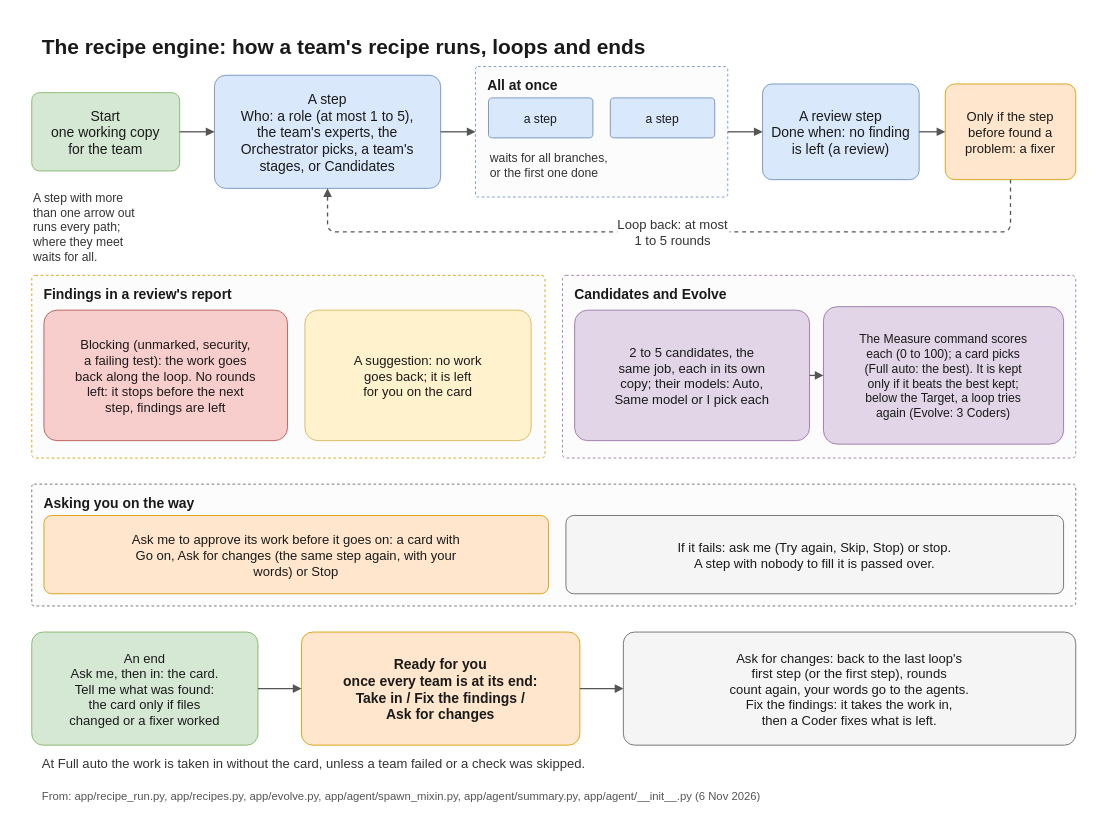
This is docs/diagrams/recipe-engine.drawio from flyingriverhorse/Koloni, a draw.io file, before an edit. Source tidied: cells renumbered, new cells numbered last; positions are measured from the earlier drawing's top-left corner, leaving out a move shared by most shapes. Both pictures are drawn from the tidied source at 87%, with x=0, y=0 at pixel (14, 14).
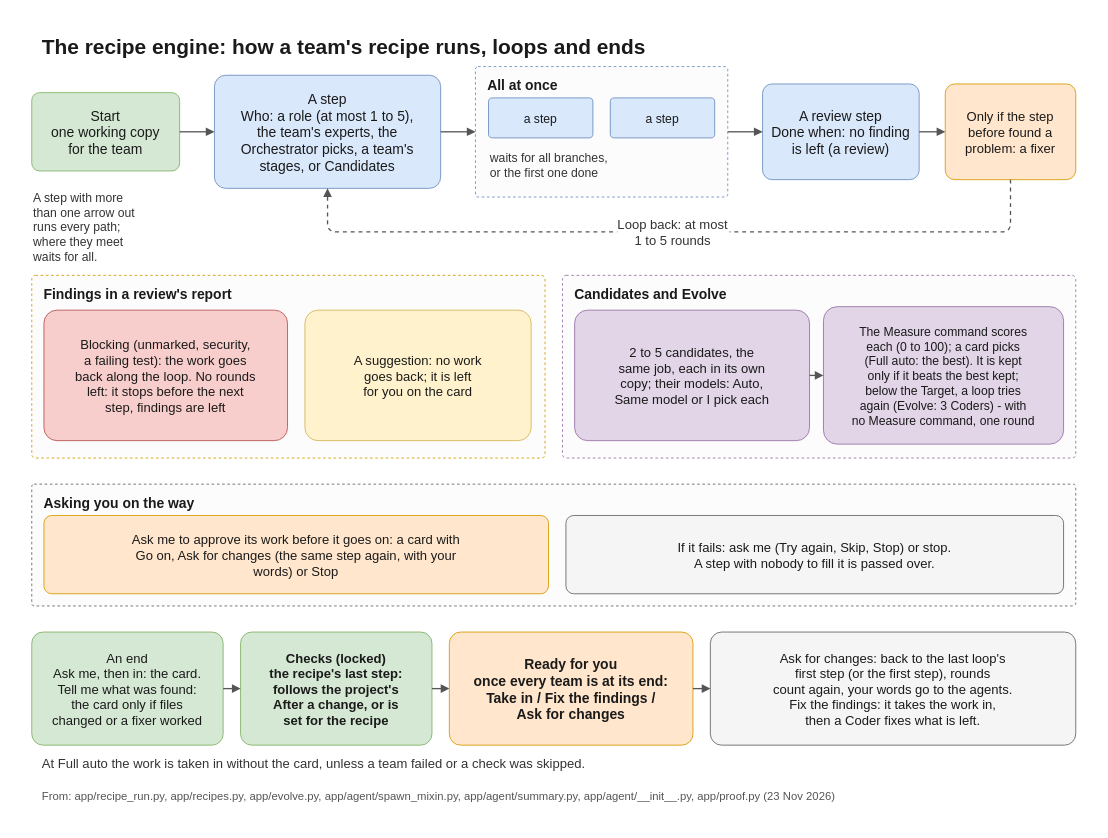
The same diagram, later.

Diff of the diagram source:
```diff
@@
-    <mxCell id="22" value="The Measure command scores&#10;each (0 to 100); a card picks&#10;(Full auto: the best). It is kept&#10;only if it beats the best kept;&#10;below the Target, a loop tries&#10;again (Evolve: 3 Coders)" style="rounded=1;arcSize=10;fillColor=#e1d5e7;strokeColor=#9673a6;fontFamily=Helvetica;fontColor=#1a1a1a;fontSize=14;spacing=6;" parent="1" vertex="1">
+    <mxCell id="22" value="The Measure command scores&#10;each (0 to 100); a card picks&#10;(Full auto: the best). It is kept&#10;only if it beats the best kept;&#10;below the Target, a loop tries&#10;again (Evolve: 3 Coders) - with&#10;no Measure command, one round" style="rounded=1;arcSize=10;fillColor=#e1d5e7;strokeColor=#9673a6;fontFamily=Helvetica;fontColor=#1a1a1a;fontSize=14;spacing=6;" parent="1" vertex="1">
       <mxGeometry x="930" y="336" width="276" height="158" as="geometry" />
     </mxCell>
@@
     <mxCell id="27" value="An end&#10;Ask me, then in: the card.&#10;Tell me what was found:&#10;the card only if files&#10;changed or a fixer worked" style="rounded=1;arcSize=10;fillColor=#d5e8d4;strokeColor=#82b366;fontFamily=Helvetica;fontColor=#1a1a1a;fontSize=15;spacing=6;" parent="1" vertex="1">
-      <mxGeometry x="20" y="710" width="260" height="130" as="geometry" />
+      <mxGeometry x="20" y="710" width="220" height="130" as="geometry" />
     </mxCell>
@@
+    <mxCell id="35" value="Checks (locked)&#10;the recipe's last step:&#10;follows the project's&#10;After a change, or is&#10;set for the recipe" style="rounded=1;arcSize=10;fillColor=#d5e8d4;strokeColor=#82b366;fontFamily=Helvetica;fontColor=#1a1a1a;fontSize=15;spacing=6;fontStyle=1;" parent="1" vertex="1">
+      <mxGeometry x="260" y="710" width="220" height="130" as="geometry" />
+    </mxCell>
     <mxCell id="29" value="Ready for you&#10;once every team is at its end:&#10;Take in / Fix the findings /&#10;Ask for changes" style="rounded=1;arcSize=10;fillColor=#ffe6cc;strokeColor=#d79b00;fontFamily=Helvetica;fontColor=#1a1a1a;fontSize=16;spacing=6;fontStyle=1;" parent="1" vertex="1">
-      <mxGeometry x="330" y="710" width="320" height="130" as="geometry" />
+      <mxGeometry x="500" y="710" width="280" height="130" as="geometry" />
     </mxCell>
     <mxCell id="30" value="Ask for changes: back to the last loop's&#10;first step (or the first step), rounds&#10;count again, your words go to the agents.&#10;Fix the findings: it takes the work in,&#10;then a Coder fixes what is left." style="rounded=1;arcSize=10;fillColor=#f5f5f5;strokeColor=#666666;fontFamily=Helvetica;fontColor=#1a1a1a;fontSize=15;spacing=6;" parent="1" vertex="1">
-      <mxGeometry x="700" y="710" width="520" height="130" as="geometry" />
+      <mxGeometry x="800" y="710" width="420" height="130" as="geometry" />
     </mxCell>
-    <mxCell id="31" style="endArrow=block;endFill=1;strokeColor=#555555;strokeWidth=1.5;fontFamily=Helvetica;fontSize=15;fontColor=#333333;labelBackgroundColor=#ffffff;" parent="1" edge="1" source="27" target="29">
+    <mxCell id="31" style="endArrow=block;endFill=1;strokeColor=#555555;strokeWidth=1.5;fontFamily=Helvetica;fontSize=15;fontColor=#333333;labelBackgroundColor=#ffffff;" parent="1" edge="1" source="27" target="35">
       <mxGeometry relative="1" as="geometry" />
     </mxCell>
+    <mxCell id="36" style="endArrow=block;endFill=1;strokeColor=#555555;strokeWidth=1.5;fontFamily=Helvetica;fontSize=15;fontColor=#333333;labelBackgroundColor=#ffffff;" parent="1" edge="1" source="35" target="29">
+      <mxGeometry relative="1" as="geometry" />
+    </mxCell>
@@
-    <mxCell id="34" value="From: app/recipe_run.py, app/recipes.py, app/evolve.py, app/agent/spawn_mixin.py, app/agent/summary.py, app/agent/__init__.py (6 Nov 2026)" style="text;strokeColor=none;fillColor=none;fontFamily=Helvetica;fontColor=#555555;fontSize=13;align=left;verticalAlign=top;" parent="1" vertex="1">
+    <mxCell id="34" value="From: app/recipe_run.py, app/recipes.py, app/evolve.py, app/agent/spawn_mixin.py, app/agent/summary.py, app/agent/__init__.py, app/proof.py (23 Nov 2026)" style="text;strokeColor=none;fillColor=none;fontFamily=Helvetica;fontColor=#555555;fontSize=13;align=left;verticalAlign=top;" parent="1" vertex="1">
       <mxGeometry x="30" y="884" width="1180" height="40" as="geometry" />
     </mxCell>
```
